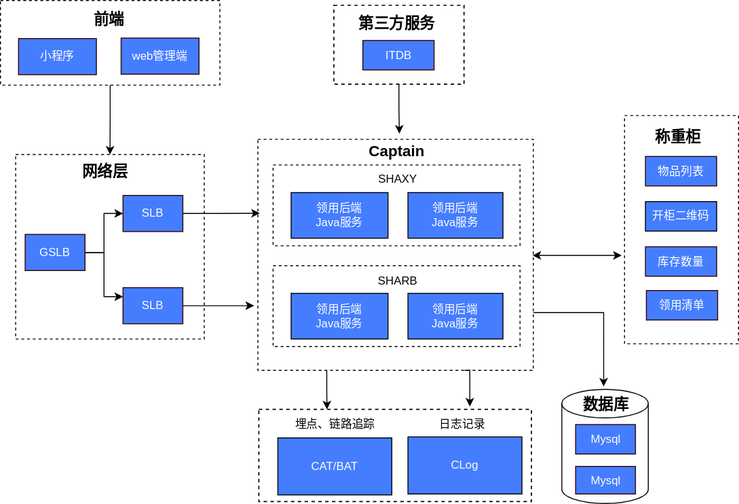
Before: 行政称重柜.svg, a diagram exported from draw.io (heaquan/xmind). Source tidied: cells renumbered, new cells last; positions are measured from the earlier drawing's top-left corner, leaving out a move shared by most shapes.
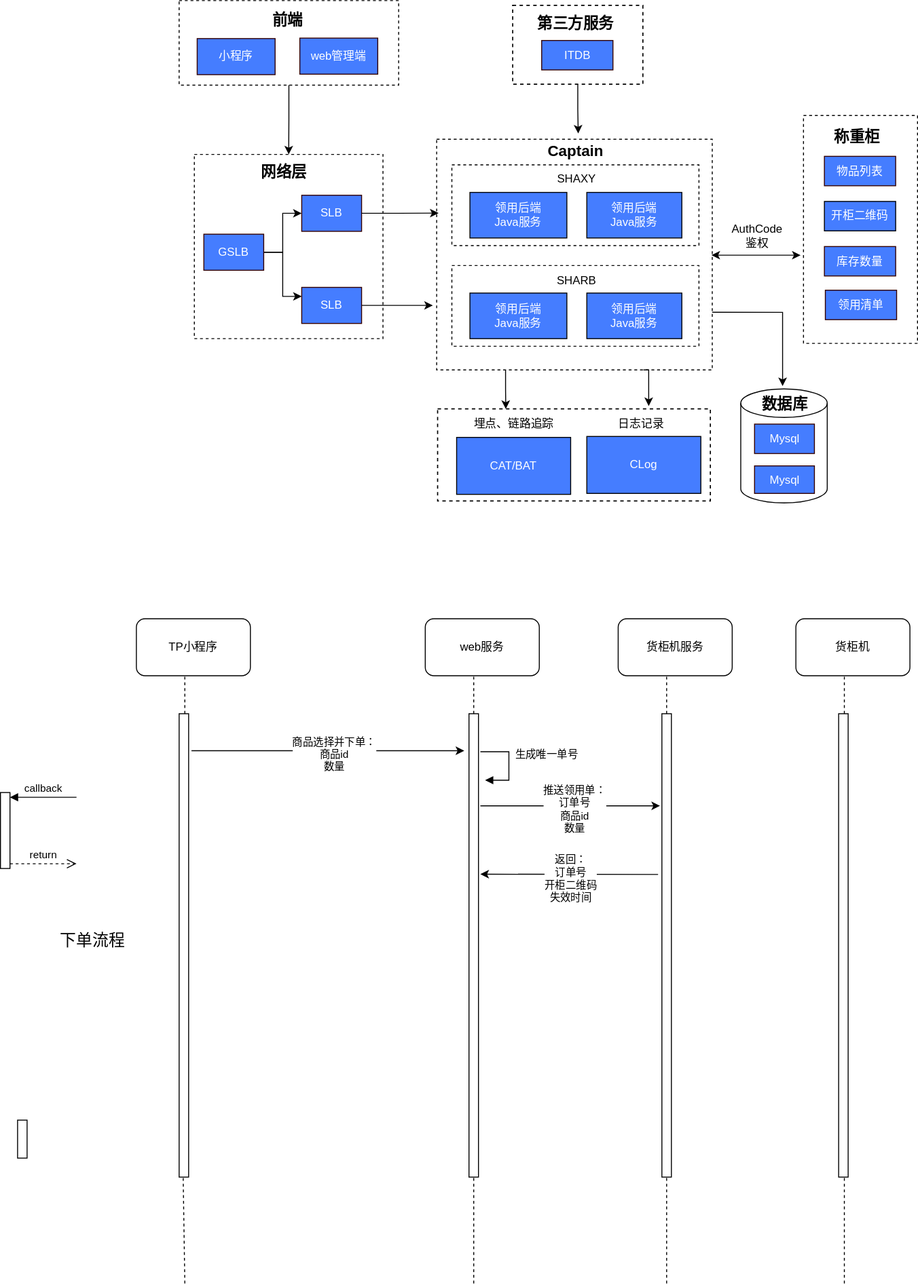
Above is the later version.

Commit message:
更新行政称重柜.svg

The edit, as a diff of the source:
```diff
@@ -147,5 +147,118 @@
     <mxCell id="48" style="edgeStyle=orthogonalEdgeStyle;rounded=0;jettySize=auto;html=1;exitX=0.5;exitY=1;exitDx=0;exitDy=0;entryX=0.545;entryY=-0.065;entryDx=0;entryDy=0;entryPerimeter=0;" parent="1" edge="1" source="45" target="5">
       <mxGeometry relative="1" as="geometry" />
     </mxCell>
+    <mxCell id="49" value="AuthCode&lt;br&gt;鉴权" style="text;html=1;align=center;verticalAlign=middle;strokeColor=none;fillColor=none;" parent="1" vertex="1">
+      <mxGeometry x="568" y="225" width="80" height="46" as="geometry" />
+    </mxCell>
+    <mxCell id="50" value="TP小程序" style="rounded=1;whiteSpace=wrap;html=1;" parent="1" vertex="1">
+      <mxGeometry x="-45" y="651" width="120" height="60" as="geometry" />
+    </mxCell>
+    <mxCell id="51" style="endArrow=none;dashed=1;html=1;rounded=0;entryX=0.425;entryY=1;entryDx=0;entryDy=0;entryPerimeter=0;" parent="1" edge="1" source="71" target="50">
+      <mxGeometry relative="1" as="geometry" />
+    </mxCell>
+    <mxCell id="52" value="下单流程" style="text;html=1;strokeColor=none;fillColor=none;align=center;verticalAlign=middle;whiteSpace=wrap;rounded=0;fontSize=17;" parent="1" vertex="1">
+      <mxGeometry x="-137" y="976" width="92" height="30" as="geometry" />
+    </mxCell>
+    <mxCell id="53" value="web服务" style="rounded=1;whiteSpace=wrap;html=1;" parent="1" vertex="1">
+      <mxGeometry x="259" y="651" width="120" height="60" as="geometry" />
+    </mxCell>
+    <mxCell id="54" style="endArrow=none;dashed=1;html=1;rounded=0;entryX=0.425;entryY=1;entryDx=0;entryDy=0;entryPerimeter=0;" parent="1" edge="1" target="53">
+      <mxGeometry relative="1" as="geometry">
+        <mxPoint x="310" y="1351" as="sourcePoint" />
+      </mxGeometry>
+    </mxCell>
+    <mxCell id="55" value="货柜机服务" style="rounded=1;whiteSpace=wrap;html=1;" parent="1" vertex="1">
+      <mxGeometry x="462" y="651" width="120" height="60" as="geometry" />
+    </mxCell>
+    <mxCell id="56" style="endArrow=none;dashed=1;html=1;rounded=0;entryX=0.425;entryY=1;entryDx=0;entryDy=0;entryPerimeter=0;" parent="1" edge="1" target="55">
+      <mxGeometry relative="1" as="geometry">
+        <mxPoint x="513" y="1351" as="sourcePoint" />
+      </mxGeometry>
+    </mxCell>
+    <mxCell id="57" value="货柜机" style="rounded=1;whiteSpace=wrap;html=1;" parent="1" vertex="1">
+      <mxGeometry x="649" y="651" width="120" height="60" as="geometry" />
+    </mxCell>
+    <mxCell id="58" style="endArrow=none;dashed=1;html=1;rounded=0;entryX=0.425;entryY=1;entryDx=0;entryDy=0;entryPerimeter=0;" parent="1" edge="1" target="57">
+      <mxGeometry relative="1" as="geometry">
+        <mxPoint x="700" y="1351" as="sourcePoint" />
+      </mxGeometry>
+    </mxCell>
+    <mxCell id="59" style="endArrow=classic;html=1;rounded=0;" parent="1" edge="1">
+      <mxGeometry relative="1" as="geometry">
+        <mxPoint x="13" y="790" as="sourcePoint" />
+        <mxPoint x="300" y="790" as="targetPoint" />
+      </mxGeometry>
+    </mxCell>
+    <mxCell id="60" value="Label" style="edgeLabel;html=1;align=center;verticalAlign=middle;" parent="59" vertex="1">
+      <mxGeometry relative="1" as="geometry" />
+    </mxCell>
+    <mxCell id="61" value="商品选择并下单：&lt;br&gt;商品id&lt;br&gt;数量" style="edgeLabel;html=1;align=center;verticalAlign=middle;" parent="59" vertex="1">
+      <mxGeometry x="0.04" y="-3" relative="1" as="geometry" />
+    </mxCell>
+    <mxCell id="62" style="endArrow=classic;html=1;rounded=0;" parent="1" edge="1">
+      <mxGeometry relative="1" as="geometry">
+        <mxPoint x="317" y="848" as="sourcePoint" />
+        <mxPoint x="506" y="848" as="targetPoint" />
+      </mxGeometry>
+    </mxCell>
+    <mxCell id="63" value="Label" style="edgeLabel;html=1;align=center;verticalAlign=middle;" parent="62" vertex="1">
+      <mxGeometry relative="1" as="geometry" />
+    </mxCell>
+    <mxCell id="64" value="推送领用单：&lt;br&gt;订单号&lt;br&gt;商品id&lt;br&gt;数量" style="edgeLabel;html=1;align=center;verticalAlign=middle;" parent="62" vertex="1">
+      <mxGeometry x="0.04" y="-3" relative="1" as="geometry" />
+    </mxCell>
+    <mxCell id="65" style="endArrow=classic;html=1;rounded=0;entryX=1.077;entryY=0.347;entryDx=0;entryDy=0;entryPerimeter=0;" parent="1" edge="1">
+      <mxGeometry relative="1" as="geometry">
+        <mxPoint x="504" y="920.2" as="sourcePoint" />
+        <mxPoint x="317" y="920" as="targetPoint" />
+      </mxGeometry>
+    </mxCell>
+    <mxCell id="66" value="返回：&lt;br&gt;订单号&lt;br&gt;开柜二维码&lt;br&gt;失效时间" style="edgeLabel;html=1;align=center;verticalAlign=middle;" parent="65" vertex="1">
+      <mxGeometry relative="1" as="geometry">
+        <mxPoint y="4" as="offset" />
+      </mxGeometry>
+    </mxCell>
+    <mxCell id="67" style="html=1;points=[[0,0,0,0,5],[0,1,0,0,-5],[1,0,0,0,5],[1,1,0,0,-5]];perimeter=orthogonalPerimeter;outlineConnect=0;targetShapes=umlLifeline;portConstraint=eastwest;newEdgeStyle={&quot;curved&quot;:0,&quot;rounded&quot;:0};" parent="1" vertex="1">
+      <mxGeometry x="-188" y="834" width="10" height="80" as="geometry" />
+    </mxCell>
+    <mxCell id="68" value="callback" style="html=1;verticalAlign=bottom;endArrow=block;curved=0;rounded=0;entryX=1;entryY=0;entryDx=0;entryDy=5;" parent="1" edge="1" target="67">
+      <mxGeometry relative="1" as="geometry">
+        <mxPoint x="-108" y="839" as="sourcePoint" />
+      </mxGeometry>
+    </mxCell>
+    <mxCell id="69" value="return" style="html=1;verticalAlign=bottom;endArrow=open;dashed=1;endSize=8;curved=0;rounded=0;exitX=1;exitY=1;exitDx=0;exitDy=-5;" parent="1" edge="1" source="67">
+      <mxGeometry relative="1" as="geometry">
+        <mxPoint x="-108" y="909" as="targetPoint" />
+      </mxGeometry>
+    </mxCell>
+    <mxCell id="70" style="endArrow=none;dashed=1;html=1;rounded=0;entryX=0.425;entryY=1;entryDx=0;entryDy=0;entryPerimeter=0;" parent="1" edge="1" target="71">
+      <mxGeometry relative="1" as="geometry">
+        <mxPoint x="6" y="1351" as="sourcePoint" />
+      </mxGeometry>
+    </mxCell>
+    <mxCell id="71" style="html=1;points=[[0,0,0,0,5],[0,1,0,0,-5],[1,0,0,0,5],[1,1,0,0,-5]];perimeter=orthogonalPerimeter;outlineConnect=0;targetShapes=umlLifeline;portConstraint=eastwest;newEdgeStyle={&quot;curved&quot;:0,&quot;rounded&quot;:0};" parent="1" vertex="1">
+      <mxGeometry y="751" width="10" height="488" as="geometry" />
+    </mxCell>
+    <mxCell id="72" style="html=1;perimeter=orthogonalPerimeter;targetShapes=umlLifeline;newEdgeStyle={&quot;curved&quot;:0,&quot;rounded&quot;:0};" parent="1" vertex="1">
+      <mxGeometry x="305" y="751" width="10" height="488" as="geometry" />
+    </mxCell>
+    <mxCell id="73" style="html=1;perimeter=orthogonalPerimeter;targetShapes=umlLifeline;newEdgeStyle={&quot;curved&quot;:0,&quot;rounded&quot;:0};" parent="1" vertex="1">
+      <mxGeometry x="508" y="751" width="10" height="488" as="geometry" />
+    </mxCell>
+    <mxCell id="74" style="html=1;perimeter=orthogonalPerimeter;targetShapes=umlLifeline;newEdgeStyle={&quot;curved&quot;:0,&quot;rounded&quot;:0};" parent="1" vertex="1">
+      <mxGeometry x="694" y="751" width="10" height="488" as="geometry" />
+    </mxCell>
+    <mxCell id="75" style="html=1;perimeter=orthogonalPerimeter;targetShapes=umlLifeline;newEdgeStyle={&quot;curved&quot;:0,&quot;rounded&quot;:0};" parent="1" vertex="1">
+      <mxGeometry x="-170" y="1179" width="10" height="40" as="geometry" />
+    </mxCell>
+    <mxCell id="76" value="生成唯一单号" style="html=1;align=left;spacingLeft=2;endArrow=block;rounded=0;edgeStyle=orthogonalEdgeStyle;curved=0;rounded=0;" parent="1" edge="1">
+      <mxGeometry x="-0.22" y="3" relative="1" as="geometry">
+        <mxPoint x="317" y="791" as="sourcePoint" />
+        <mxPoint x="322" y="821" as="targetPoint" />
+        <Array as="points">
+          <mxPoint x="347" y="821" />
+        </Array>
+      </mxGeometry>
+    </mxCell>
   </root>
 </mxGraphModel>
```
